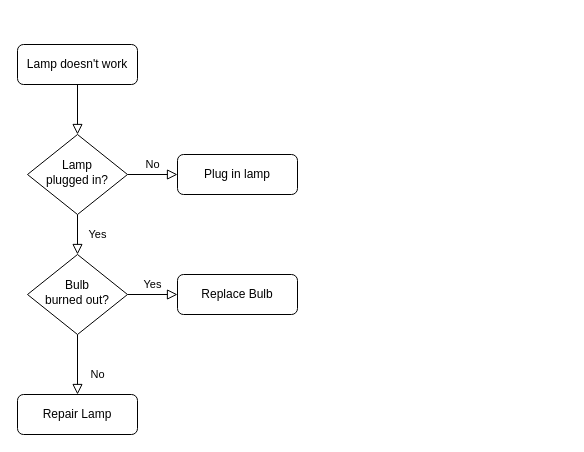
This is Untitled Diagram.drawio from Kalonise/P-G-001-TEST, a draw.io file, before an edit. Source tidied: cells renumbered, new cells numbered last; positions are measured from the earlier drawing's top-left corner, leaving out a move shared by most shapes. Both pictures are drawn from the tidied source at 100%, with x=0, y=0 at pixel (17, 44).
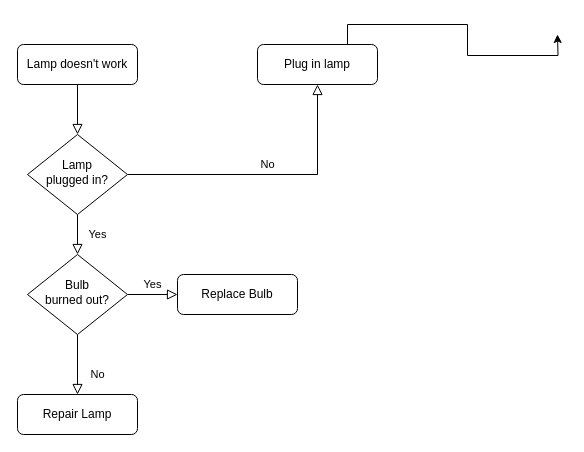
The same page after the edit.

The edit, as a diff of the source:
```diff
@@
 <mxGraphModel>
   <root>
     <mxCell id="0" />
     <mxCell id="1" parent="0" />
     <mxCell id="2" style="rounded=0;html=1;jettySize=auto;fontSize=11;endArrow=block;endFill=0;endSize=8;strokeWidth=1;shadow=0;labelBackgroundColor=none;edgeStyle=orthogonalEdgeStyle;" parent="1" edge="1" source="3" target="6">
       <mxGeometry relative="1" as="geometry" />
     </mxCell>
     <mxCell id="3" value="Lamp doesn't work" style="rounded=1;whiteSpace=wrap;html=1;fontSize=12;glass=0;strokeWidth=1;shadow=0;" parent="1" vertex="1">
       <mxGeometry width="120" height="40" as="geometry" />
     </mxCell>
     <mxCell id="4" value="Yes" style="rounded=0;html=1;jettySize=auto;fontSize=11;endArrow=block;endFill=0;endSize=8;strokeWidth=1;shadow=0;labelBackgroundColor=none;edgeStyle=orthogonalEdgeStyle;" parent="1" edge="1" source="6" target="10">
       <mxGeometry y="20" relative="1" as="geometry" />
     </mxCell>
     <mxCell id="5" value="No" style="edgeStyle=orthogonalEdgeStyle;rounded=0;html=1;jettySize=auto;fontSize=11;endArrow=block;endFill=0;endSize=8;strokeWidth=1;shadow=0;labelBackgroundColor=none;" parent="1" edge="1" source="6" target="7">
       <mxGeometry y="10" relative="1" as="geometry" />
     </mxCell>
     <mxCell id="6" value="Lamp&lt;br&gt;plugged in?" style="rhombus;whiteSpace=wrap;html=1;shadow=0;fontFamily=Helvetica;fontSize=12;align=center;strokeWidth=1;spacing=6;spacingTop=-4;" parent="1" vertex="1">
       <mxGeometry x="10" y="90" width="100" height="80" as="geometry" />
     </mxCell>
+    <mxCell id="13" style="edgeStyle=orthogonalEdgeStyle;rounded=0;jettySize=auto;html=1;exitX=0.75;exitY=0;exitDx=0;exitDy=0;" parent="1" edge="1" source="7">
+      <mxGeometry relative="1" as="geometry">
+        <mxPoint x="540" y="-10" as="targetPoint" />
+      </mxGeometry>
+    </mxCell>
     <mxCell id="7" value="Plug in lamp" style="rounded=1;whiteSpace=wrap;html=1;fontSize=12;glass=0;strokeWidth=1;shadow=0;" parent="1" vertex="1">
-      <mxGeometry x="160" y="110" width="120" height="40" as="geometry" />
+      <mxGeometry x="240" width="120" height="40" as="geometry" />
     </mxCell>
     <mxCell id="8" value="No" style="rounded=0;html=1;jettySize=auto;fontSize=11;endArrow=block;endFill=0;endSize=8;strokeWidth=1;shadow=0;labelBackgroundColor=none;edgeStyle=orthogonalEdgeStyle;" parent="1" edge="1" source="10" target="11">
       <mxGeometry x="0.33" y="20" relative="1" as="geometry" />
     </mxCell>
     <mxCell id="9" value="Yes" style="edgeStyle=orthogonalEdgeStyle;rounded=0;html=1;jettySize=auto;fontSize=11;endArrow=block;endFill=0;endSize=8;strokeWidth=1;shadow=0;labelBackgroundColor=none;" parent="1" edge="1" source="10" target="12">
       <mxGeometry y="10" relative="1" as="geometry" />
     </mxCell>
     <mxCell id="10" value="Bulb&lt;br&gt;burned out?" style="rhombus;whiteSpace=wrap;html=1;shadow=0;fontFamily=Helvetica;fontSize=12;align=center;strokeWidth=1;spacing=6;spacingTop=-4;" parent="1" vertex="1">
       <mxGeometry x="10" y="210" width="100" height="80" as="geometry" />
     </mxCell>
     <mxCell id="11" value="Repair Lamp" style="rounded=1;whiteSpace=wrap;html=1;fontSize=12;glass=0;strokeWidth=1;shadow=0;" parent="1" vertex="1">
       <mxGeometry y="350" width="120" height="40" as="geometry" />
     </mxCell>
     <mxCell id="12" value="Replace Bulb" style="rounded=1;whiteSpace=wrap;html=1;fontSize=12;glass=0;strokeWidth=1;shadow=0;" parent="1" vertex="1">
       <mxGeometry x="160" y="230" width="120" height="40" as="geometry" />
     </mxCell>
   </root>
 </mxGraphModel>
```
